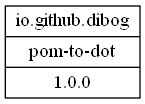
Earlier version of the Graphviz export img/include.dot.png (dibog/pom-to-dot). Its source is kept beside it as img/include.dot.
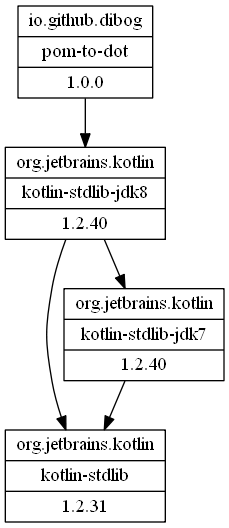
The same file after the commit.

Diff of the diagram source:
```diff
@@ -1,3 +1,10 @@
 digraph pom {
   "io.github.dibog:pom-to-dot:jar:1.0.0" [shape=record, label="{ io.github.dibog | pom-to-dot | 1.0.0 }" ]
+  "org.jetbrains.kotlin:kotlin-stdlib-jdk8:jar:1.2.40" [shape=record, label="{ org.jetbrains.kotlin | kotlin-stdlib-jdk8 | 1.2.40 }" ]
+  "org.jetbrains.kotlin:kotlin-stdlib:jar:1.2.31" [shape=record, label="{ org.jetbrains.kotlin | kotlin-stdlib | 1.2.31 }" ]
+  "org.jetbrains.kotlin:kotlin-stdlib-jdk7:jar:1.2.40" [shape=record, label="{ org.jetbrains.kotlin | kotlin-stdlib-jdk7 | 1.2.40 }" ]
+  "io.github.dibog:pom-to-dot:jar:1.0.0" -> "org.jetbrains.kotlin:kotlin-stdlib-jdk8:jar:1.2.40"
+  "org.jetbrains.kotlin:kotlin-stdlib-jdk8:jar:1.2.40" -> "org.jetbrains.kotlin:kotlin-stdlib:jar:1.2.31"
+  "org.jetbrains.kotlin:kotlin-stdlib-jdk8:jar:1.2.40" -> "org.jetbrains.kotlin:kotlin-stdlib-jdk7:jar:1.2.40"
+  "org.jetbrains.kotlin:kotlin-stdlib-jdk7:jar:1.2.40" -> "org.jetbrains.kotlin:kotlin-stdlib:jar:1.2.31"
 }
```
